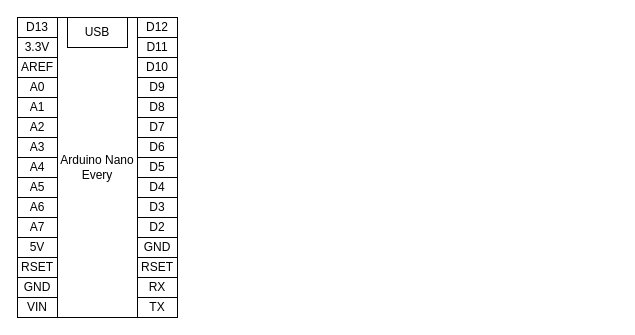
Before: page "MCUs" (1 of 2) of hardware/boards.drawio in starmaid/ref, a draw.io diagram. Source tidied: cells renumbered, new cells numbered last; positions are measured from the earlier drawing's top-left corner, leaving out a move shared by most shapes. Both pictures are drawn from the tidied source at 100%, with x=0, y=0 at pixel (17, 17).
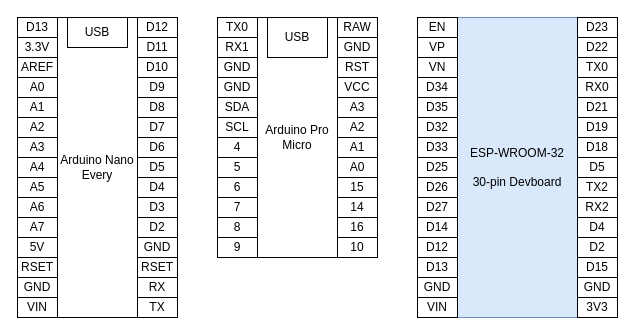
The same page after the edit.

Diff of the diagram source:
```diff
@@
+    <mxCell id="34" style="group;" parent="1" vertex="1">
+      <mxGeometry x="200" width="160" height="240" as="geometry" />
+    </mxCell>
+    <mxCell id="35" value="Arduino Pro Micro" style="rounded=0;whiteSpace=wrap;html=1;" parent="34" vertex="1">
+      <mxGeometry x="40" width="80" height="240" as="geometry" />
+    </mxCell>
+    <mxCell id="36" value="9" style="rounded=0;whiteSpace=wrap;html=1;" parent="34" vertex="1">
+      <mxGeometry y="220" width="40" height="20" as="geometry" />
+    </mxCell>
+    <mxCell id="37" value="8" style="rounded=0;whiteSpace=wrap;html=1;" parent="34" vertex="1">
+      <mxGeometry y="200" width="40" height="20" as="geometry" />
+    </mxCell>
+    <mxCell id="38" value="7" style="rounded=0;whiteSpace=wrap;html=1;" parent="34" vertex="1">
+      <mxGeometry y="180" width="40" height="20" as="geometry" />
+    </mxCell>
+    <mxCell id="39" value="6" style="rounded=0;whiteSpace=wrap;html=1;" parent="34" vertex="1">
+      <mxGeometry y="160" width="40" height="20" as="geometry" />
+    </mxCell>
+    <mxCell id="40" value="5" style="rounded=0;whiteSpace=wrap;html=1;" parent="34" vertex="1">
+      <mxGeometry y="140" width="40" height="20" as="geometry" />
+    </mxCell>
+    <mxCell id="41" value="4" style="rounded=0;whiteSpace=wrap;html=1;" parent="34" vertex="1">
+      <mxGeometry y="120" width="40" height="20" as="geometry" />
+    </mxCell>
+    <mxCell id="42" value="SCL" style="rounded=0;whiteSpace=wrap;html=1;" parent="34" vertex="1">
+      <mxGeometry y="100" width="40" height="20" as="geometry" />
+    </mxCell>
+    <mxCell id="43" value="10" style="rounded=0;whiteSpace=wrap;html=1;" parent="34" vertex="1">
+      <mxGeometry x="120" y="220" width="40" height="20" as="geometry" />
+    </mxCell>
+    <mxCell id="44" value="16" style="rounded=0;whiteSpace=wrap;html=1;" parent="34" vertex="1">
+      <mxGeometry x="120" y="200" width="40" height="20" as="geometry" />
+    </mxCell>
+    <mxCell id="45" value="14" style="rounded=0;whiteSpace=wrap;html=1;" parent="34" vertex="1">
+      <mxGeometry x="120" y="180" width="40" height="20" as="geometry" />
+    </mxCell>
+    <mxCell id="46" value="15" style="rounded=0;whiteSpace=wrap;html=1;" parent="34" vertex="1">
+      <mxGeometry x="120" y="160" width="40" height="20" as="geometry" />
+    </mxCell>
+    <mxCell id="47" value="A0" style="rounded=0;whiteSpace=wrap;html=1;" parent="34" vertex="1">
+      <mxGeometry x="120" y="140" width="40" height="20" as="geometry" />
+    </mxCell>
+    <mxCell id="48" value="A1" style="rounded=0;whiteSpace=wrap;html=1;" parent="34" vertex="1">
+      <mxGeometry x="120" y="120" width="40" height="20" as="geometry" />
+    </mxCell>
+    <mxCell id="49" value="A2" style="rounded=0;whiteSpace=wrap;html=1;" parent="34" vertex="1">
+      <mxGeometry x="120" y="100" width="40" height="20" as="geometry" />
+    </mxCell>
+    <mxCell id="50" value="SDA" style="rounded=0;whiteSpace=wrap;html=1;" parent="34" vertex="1">
+      <mxGeometry y="80" width="40" height="20" as="geometry" />
+    </mxCell>
+    <mxCell id="51" value="GND" style="rounded=0;whiteSpace=wrap;html=1;" parent="34" vertex="1">
+      <mxGeometry y="60" width="40" height="20" as="geometry" />
+    </mxCell>
+    <mxCell id="52" value="GND" style="rounded=0;whiteSpace=wrap;html=1;" parent="34" vertex="1">
+      <mxGeometry y="40" width="40" height="20" as="geometry" />
+    </mxCell>
+    <mxCell id="53" value="RX1" style="rounded=0;whiteSpace=wrap;html=1;" parent="34" vertex="1">
+      <mxGeometry y="20" width="40" height="20" as="geometry" />
+    </mxCell>
+    <mxCell id="54" value="TX0" style="rounded=0;whiteSpace=wrap;html=1;" parent="34" vertex="1">
+      <mxGeometry width="40" height="20" as="geometry" />
+    </mxCell>
+    <mxCell id="55" value="A3" style="rounded=0;whiteSpace=wrap;html=1;" parent="34" vertex="1">
+      <mxGeometry x="120" y="80" width="40" height="20" as="geometry" />
+    </mxCell>
+    <mxCell id="56" value="VCC" style="rounded=0;whiteSpace=wrap;html=1;" parent="34" vertex="1">
+      <mxGeometry x="120" y="60" width="40" height="20" as="geometry" />
+    </mxCell>
+    <mxCell id="57" value="RST" style="rounded=0;whiteSpace=wrap;html=1;" parent="34" vertex="1">
+      <mxGeometry x="120" y="40" width="40" height="20" as="geometry" />
+    </mxCell>
+    <mxCell id="58" value="GND" style="rounded=0;whiteSpace=wrap;html=1;" parent="34" vertex="1">
+      <mxGeometry x="120" y="20" width="40" height="20" as="geometry" />
+    </mxCell>
+    <mxCell id="59" value="RAW" style="rounded=0;whiteSpace=wrap;html=1;" parent="34" vertex="1">
+      <mxGeometry x="120" width="40" height="20" as="geometry" />
+    </mxCell>
+    <mxCell id="60" value="USB" style="rounded=0;whiteSpace=wrap;html=1;" parent="34" vertex="1">
+      <mxGeometry x="50" width="60" height="40" as="geometry" />
+    </mxCell>
+    <mxCell id="61" style="group;" parent="1" vertex="1">
+      <mxGeometry x="400" width="200" height="300" as="geometry" />
+    </mxCell>
+    <mxCell id="62" value="ESP-WROOM-32&lt;br&gt;&lt;br&gt;30-pin Devboard" style="rounded=0;whiteSpace=wrap;html=1;fillColor=#dae8fc;strokeColor=#6c8ebf;" parent="61" vertex="1">
+      <mxGeometry x="40" width="120" height="300" as="geometry" />
+    </mxCell>
+    <mxCell id="63" value="D27" style="rounded=0;whiteSpace=wrap;html=1;rotation=0;" parent="61" vertex="1">
+      <mxGeometry y="180" width="40" height="20" as="geometry" />
+    </mxCell>
+    <mxCell id="64" value="D26" style="rounded=0;whiteSpace=wrap;html=1;rotation=0;" parent="61" vertex="1">
+      <mxGeometry y="160" width="40" height="20" as="geometry" />
+    </mxCell>
+    <mxCell id="65" value="VN" style="rounded=0;whiteSpace=wrap;html=1;rotation=0;" parent="61" vertex="1">
+      <mxGeometry y="40" width="40" height="20" as="geometry" />
+    </mxCell>
+    <mxCell id="66" value="D34" style="rounded=0;whiteSpace=wrap;html=1;rotation=0;" parent="61" vertex="1">
+      <mxGeometry y="60" width="40" height="20" as="geometry" />
+    </mxCell>
+    <mxCell id="67" value="D25" style="rounded=0;whiteSpace=wrap;html=1;rotation=0;" parent="61" vertex="1">
+      <mxGeometry y="140" width="40" height="20" as="geometry" />
+    </mxCell>
+    <mxCell id="68" value="D33" style="rounded=0;whiteSpace=wrap;html=1;rotation=0;" parent="61" vertex="1">
+      <mxGeometry y="120" width="40" height="20" as="geometry" />
+    </mxCell>
+    <mxCell id="69" value="D32" style="rounded=0;whiteSpace=wrap;html=1;rotation=0;" parent="61" vertex="1">
+      <mxGeometry y="100" width="40" height="20" as="geometry" />
+    </mxCell>
+    <mxCell id="70" value="D35" style="rounded=0;whiteSpace=wrap;html=1;rotation=0;" parent="61" vertex="1">
+      <mxGeometry y="80" width="40" height="20" as="geometry" />
+    </mxCell>
+    <mxCell id="71" value="VP" style="rounded=0;whiteSpace=wrap;html=1;rotation=0;" parent="61" vertex="1">
+      <mxGeometry y="20" width="40" height="20" as="geometry" />
+    </mxCell>
+    <mxCell id="72" value="EN" style="rounded=0;whiteSpace=wrap;html=1;rotation=0;" parent="61" vertex="1">
+      <mxGeometry width="40" height="20" as="geometry" />
+    </mxCell>
+    <mxCell id="73" value="D12" style="rounded=0;whiteSpace=wrap;html=1;rotation=0;" parent="61" vertex="1">
+      <mxGeometry y="220" width="40" height="20" as="geometry" />
+    </mxCell>
+    <mxCell id="74" value="D14" style="rounded=0;whiteSpace=wrap;html=1;rotation=0;" parent="61" vertex="1">
+      <mxGeometry y="200" width="40" height="20" as="geometry" />
+    </mxCell>
+    <mxCell id="75" value="GND" style="rounded=0;whiteSpace=wrap;html=1;rotation=0;" parent="61" vertex="1">
+      <mxGeometry y="260" width="40" height="20" as="geometry" />
+    </mxCell>
+    <mxCell id="76" value="D13" style="rounded=0;whiteSpace=wrap;html=1;rotation=0;" parent="61" vertex="1">
+      <mxGeometry y="240" width="40" height="20" as="geometry" />
+    </mxCell>
+    <mxCell id="77" value="VIN" style="rounded=0;whiteSpace=wrap;html=1;rotation=0;" parent="61" vertex="1">
+      <mxGeometry y="280" width="40" height="20" as="geometry" />
+    </mxCell>
+    <mxCell id="78" value="RX2" style="rounded=0;whiteSpace=wrap;html=1;rotation=0;" parent="61" vertex="1">
+      <mxGeometry x="160" y="180" width="40" height="20" as="geometry" />
+    </mxCell>
+    <mxCell id="79" value="TX2" style="rounded=0;whiteSpace=wrap;html=1;rotation=0;" parent="61" vertex="1">
+      <mxGeometry x="160" y="160" width="40" height="20" as="geometry" />
+    </mxCell>
+    <mxCell id="80" value="TX0" style="rounded=0;whiteSpace=wrap;html=1;rotation=0;" parent="61" vertex="1">
+      <mxGeometry x="160" y="40" width="40" height="20" as="geometry" />
+    </mxCell>
+    <mxCell id="81" value="RX0" style="rounded=0;whiteSpace=wrap;html=1;rotation=0;" parent="61" vertex="1">
+      <mxGeometry x="160" y="60" width="40" height="20" as="geometry" />
+    </mxCell>
+    <mxCell id="82" value="D5" style="rounded=0;whiteSpace=wrap;html=1;rotation=0;" parent="61" vertex="1">
+      <mxGeometry x="160" y="140" width="40" height="20" as="geometry" />
+    </mxCell>
+    <mxCell id="83" value="D18" style="rounded=0;whiteSpace=wrap;html=1;rotation=0;" parent="61" vertex="1">
+      <mxGeometry x="160" y="120" width="40" height="20" as="geometry" />
+    </mxCell>
+    <mxCell id="84" value="D19" style="rounded=0;whiteSpace=wrap;html=1;rotation=0;" parent="61" vertex="1">
+      <mxGeometry x="160" y="100" width="40" height="20" as="geometry" />
+    </mxCell>
+    <mxCell id="85" value="D21" style="rounded=0;whiteSpace=wrap;html=1;rotation=0;" parent="61" vertex="1">
+      <mxGeometry x="160" y="80" width="40" height="20" as="geometry" />
+    </mxCell>
+    <mxCell id="86" value="D22" style="rounded=0;whiteSpace=wrap;html=1;rotation=0;" parent="61" vertex="1">
+      <mxGeometry x="160" y="20" width="40" height="20" as="geometry" />
+    </mxCell>
+    <mxCell id="87" value="D23" style="rounded=0;whiteSpace=wrap;html=1;rotation=0;" parent="61" vertex="1">
+      <mxGeometry x="160" width="40" height="20" as="geometry" />
+    </mxCell>
+    <mxCell id="88" value="D2" style="rounded=0;whiteSpace=wrap;html=1;rotation=0;" parent="61" vertex="1">
+      <mxGeometry x="160" y="220" width="40" height="20" as="geometry" />
+    </mxCell>
+    <mxCell id="89" value="D4" style="rounded=0;whiteSpace=wrap;html=1;rotation=0;" parent="61" vertex="1">
+      <mxGeometry x="160" y="200" width="40" height="20" as="geometry" />
+    </mxCell>
+    <mxCell id="90" value="GND" style="rounded=0;whiteSpace=wrap;html=1;rotation=0;" parent="61" vertex="1">
+      <mxGeometry x="160" y="260" width="40" height="20" as="geometry" />
+    </mxCell>
+    <mxCell id="91" value="D15" style="rounded=0;whiteSpace=wrap;html=1;rotation=0;" parent="61" vertex="1">
+      <mxGeometry x="160" y="240" width="40" height="20" as="geometry" />
+    </mxCell>
+    <mxCell id="92" value="3V3" style="rounded=0;whiteSpace=wrap;html=1;rotation=0;" parent="61" vertex="1">
+      <mxGeometry x="160" y="280" width="40" height="20" as="geometry" />
+    </mxCell>
```
